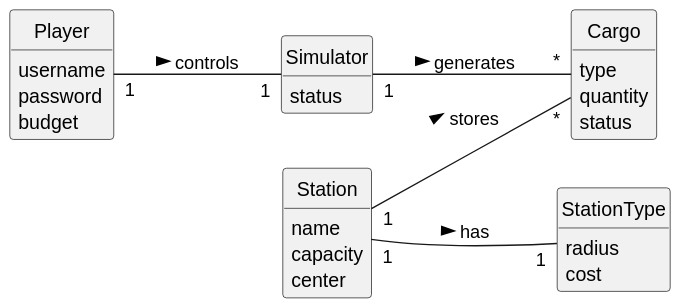
1240935/pi2-railway-simulator keeps this PlantUML diagram as Sprint2/US012/02.analysis/svg/US012-DM.svg. Above is the earlier version.
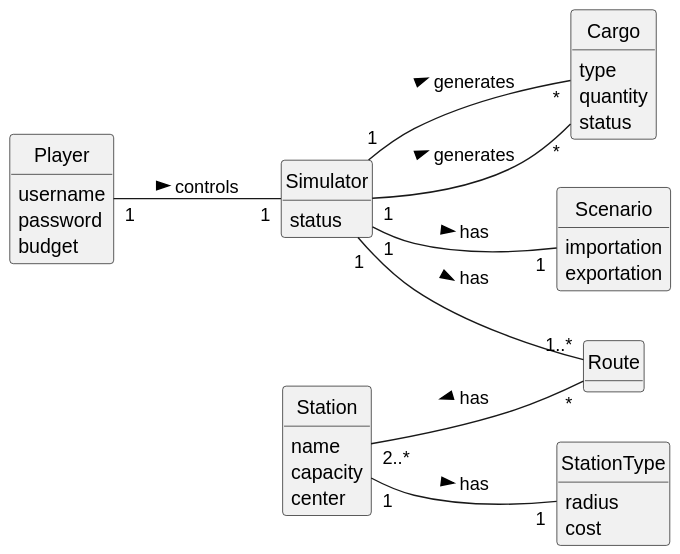
Above is the later version.

Diff of the diagram source:
```diff
@@ -30,6 +30,11 @@
     status
 }
 
+class Scenario {
+    importation
+    exportation
+}
+
 
 class Simulator{
     status
@@ -39,5 +44,8 @@
 Simulator "1" -- "*" Cargo: generates >
 
 Station "1" -- "1" StationType: has >
-Station "1" -- "*" Cargo : stores >
+Simulator "1" -- "*" Cargo: generates >
+Simulator "1" -- "1..*" Route: has >
+Simulator "1" -- "1" Scenario: has >
+Station "2..*" -- "*" Route: has <
 @enduml
```
